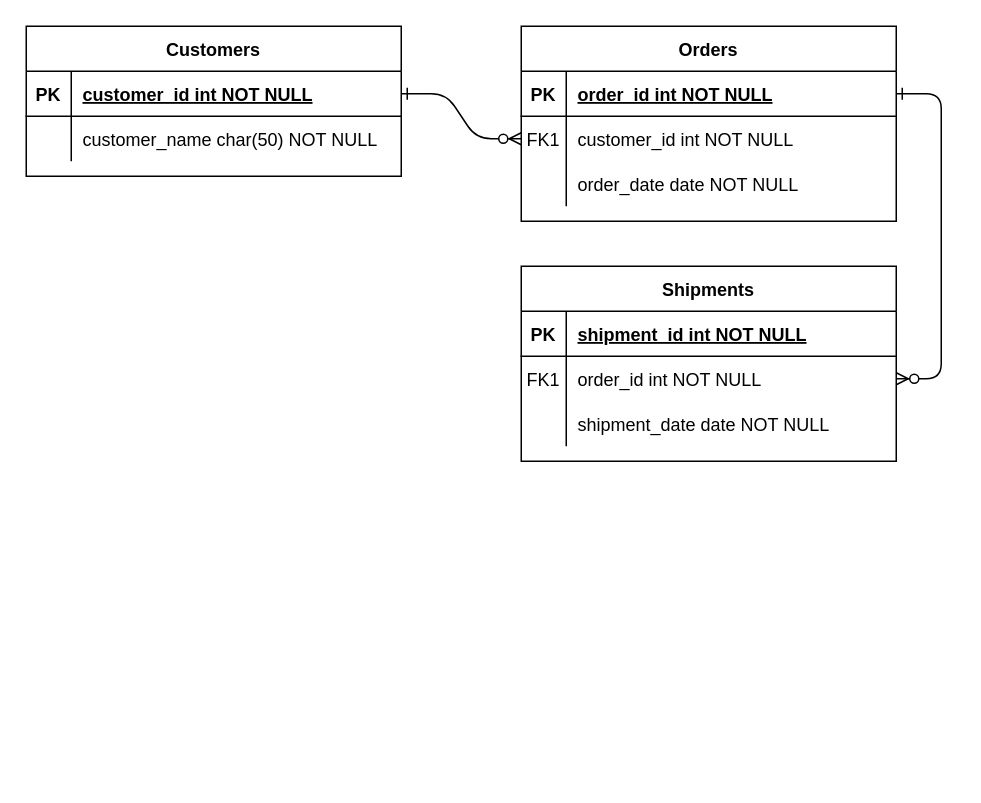
Before: relational_model.drawio in Deadreyo/Restaurant-Franchise-SQL-Database, a draw.io diagram. Source tidied: cells renumbered, new cells numbered last; positions are measured from the earlier drawing's top-left corner, leaving out a move shared by most shapes. Both pictures are drawn from the tidied source at 150%, with x=0, y=0 at pixel (26, 26).
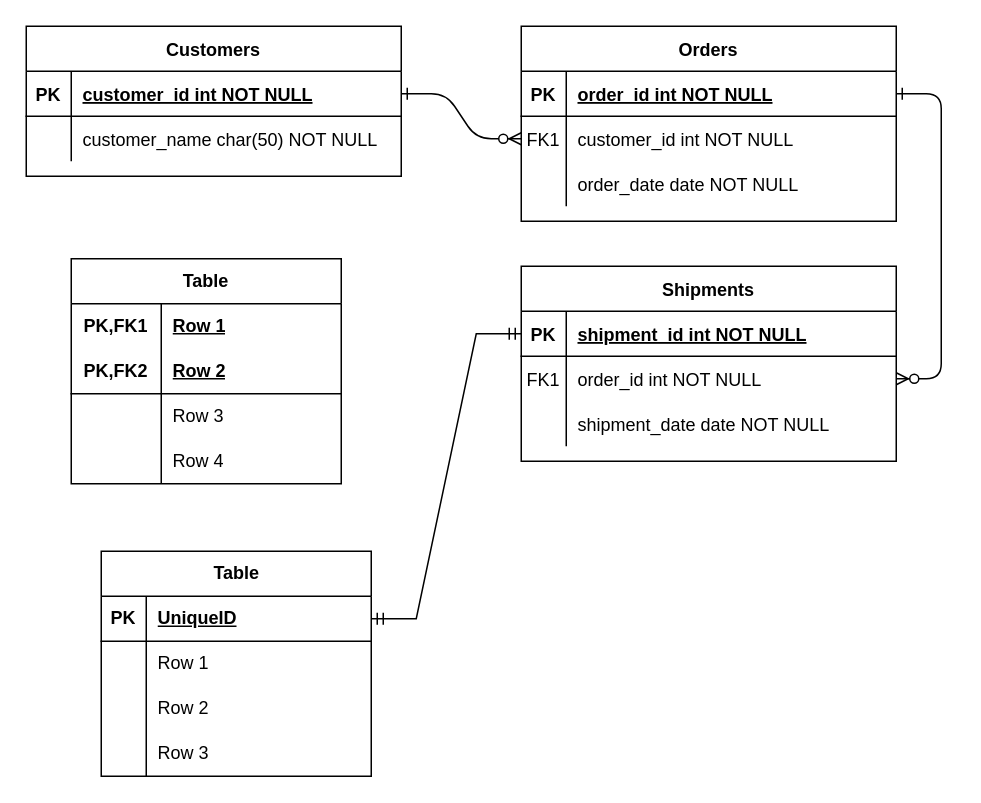
After the change.

Unchanged cells that the change refers to:
```xml
<mxCell id="15" style="shape=partialRectangle;fillColor=none;points=[[0,0.5],[1,0.5]];portConstraint=eastwest;top=0;left=0;right=0;bottom=1;" parent="14" vertex="1">
  <mxGeometry y="30" width="250" height="30" as="geometry" />
</mxCell>
```

What changed in the source:
```diff
@@
+    <mxCell id="31" value="Table" style="shape=table;startSize=30;childLayout=tableLayout;rowLines=0;fontStyle=1;align=center;html=1;whiteSpace=wrap;" parent="1" vertex="1">
+      <mxGeometry x="30" y="155" width="180" height="150" as="geometry" />
+    </mxCell>
+    <mxCell id="32" style="shape=tableRow;horizontal=0;startSize=0;swimlaneHead=0;swimlaneBody=0;fillColor=none;top=0;left=0;right=0;bottom=0;html=1;" parent="31" vertex="1">
+      <mxGeometry y="30" width="180" height="30" as="geometry" />
+    </mxCell>
+    <mxCell id="33" value="PK,FK1" style="shape=partialRectangle;fillColor=none;top=0;left=0;bottom=0;right=0;fontStyle=1;overflow=hidden;html=1;whiteSpace=wrap;" parent="32" vertex="1">
+      <mxGeometry width="60" height="30" as="geometry" />
+    </mxCell>
+    <mxCell id="34" value="Row 1" style="shape=partialRectangle;fillColor=none;top=0;left=0;bottom=0;right=0;align=left;spacingLeft=6;fontStyle=5;overflow=hidden;html=1;whiteSpace=wrap;" parent="32" vertex="1">
+      <mxGeometry x="60" width="120" height="30" as="geometry" />
+    </mxCell>
+    <mxCell id="35" style="shape=tableRow;horizontal=0;startSize=0;swimlaneHead=0;swimlaneBody=0;fillColor=none;top=0;left=0;right=0;bottom=1;html=1;" parent="31" vertex="1">
+      <mxGeometry y="60" width="180" height="30" as="geometry" />
+    </mxCell>
+    <mxCell id="36" value="PK,FK2" style="shape=partialRectangle;fillColor=none;top=0;left=0;bottom=0;right=0;fontStyle=1;overflow=hidden;html=1;whiteSpace=wrap;" parent="35" vertex="1">
+      <mxGeometry width="60" height="30" as="geometry" />
+    </mxCell>
+    <mxCell id="37" value="Row 2" style="shape=partialRectangle;fillColor=none;top=0;left=0;bottom=0;right=0;align=left;spacingLeft=6;fontStyle=5;overflow=hidden;html=1;whiteSpace=wrap;" parent="35" vertex="1">
+      <mxGeometry x="60" width="120" height="30" as="geometry" />
+    </mxCell>
+    <mxCell id="38" style="shape=tableRow;horizontal=0;startSize=0;swimlaneHead=0;swimlaneBody=0;fillColor=none;top=0;left=0;right=0;bottom=0;html=1;" parent="31" vertex="1">
+      <mxGeometry y="90" width="180" height="30" as="geometry" />
+    </mxCell>
+    <mxCell id="39" style="shape=partialRectangle;fillColor=none;top=0;left=0;bottom=0;right=0;overflow=hidden;html=1;whiteSpace=wrap;" parent="38" vertex="1">
+      <mxGeometry width="60" height="30" as="geometry" />
+    </mxCell>
+    <mxCell id="40" value="Row 3" style="shape=partialRectangle;fillColor=none;top=0;left=0;bottom=0;right=0;align=left;spacingLeft=6;overflow=hidden;html=1;whiteSpace=wrap;" parent="38" vertex="1">
+      <mxGeometry x="60" width="120" height="30" as="geometry" />
+    </mxCell>
+    <mxCell id="41" style="shape=tableRow;horizontal=0;startSize=0;swimlaneHead=0;swimlaneBody=0;fillColor=none;top=0;left=0;right=0;bottom=0;html=1;" parent="31" vertex="1">
+      <mxGeometry y="120" width="180" height="30" as="geometry" />
+    </mxCell>
+    <mxCell id="42" style="shape=partialRectangle;fillColor=none;top=0;left=0;bottom=0;right=0;overflow=hidden;html=1;whiteSpace=wrap;" parent="41" vertex="1">
+      <mxGeometry width="60" height="30" as="geometry" />
+    </mxCell>
+    <mxCell id="43" value="Row 4" style="shape=partialRectangle;fillColor=none;top=0;left=0;bottom=0;right=0;align=left;spacingLeft=6;overflow=hidden;html=1;whiteSpace=wrap;" parent="41" vertex="1">
+      <mxGeometry x="60" width="120" height="30" as="geometry" />
+    </mxCell>
+    <mxCell id="44" value="Table" style="shape=table;startSize=30;childLayout=tableLayout;rowLines=0;fontStyle=1;align=center;html=1;" parent="1" vertex="1">
+      <mxGeometry x="50" y="350" width="180" height="150" as="geometry" />
+    </mxCell>
+    <mxCell id="45" style="shape=tableRow;horizontal=0;startSize=0;swimlaneHead=0;swimlaneBody=0;fillColor=none;points=[[0,0.5],[1,0.5]];portConstraint=eastwest;top=0;left=0;right=0;bottom=1;" parent="44" vertex="1">
+      <mxGeometry y="30" width="180" height="30" as="geometry" />
+    </mxCell>
+    <mxCell id="46" value="PK" style="shape=partialRectangle;fillColor=none;top=0;left=0;bottom=0;right=0;fontStyle=1;overflow=hidden;whiteSpace=wrap;html=1;" parent="45" vertex="1">
+      <mxGeometry width="30" height="30" as="geometry" />
+    </mxCell>
+    <mxCell id="47" value="UniqueID" style="shape=partialRectangle;fillColor=none;top=0;left=0;bottom=0;right=0;align=left;spacingLeft=6;fontStyle=5;overflow=hidden;whiteSpace=wrap;html=1;" parent="45" vertex="1">
+      <mxGeometry x="30" width="150" height="30" as="geometry" />
+    </mxCell>
+    <mxCell id="48" style="shape=tableRow;horizontal=0;startSize=0;swimlaneHead=0;swimlaneBody=0;fillColor=none;top=0;left=0;right=0;bottom=0;" parent="44" vertex="1">
+      <mxGeometry y="60" width="180" height="30" as="geometry" />
+    </mxCell>
+    <mxCell id="49" style="shape=partialRectangle;fillColor=none;top=0;left=0;bottom=0;right=0;overflow=hidden;whiteSpace=wrap;html=1;" parent="48" vertex="1">
+      <mxGeometry width="30" height="30" as="geometry" />
+    </mxCell>
+    <mxCell id="50" value="Row 1" style="shape=partialRectangle;fillColor=none;top=0;left=0;bottom=0;right=0;align=left;spacingLeft=6;overflow=hidden;whiteSpace=wrap;html=1;" parent="48" vertex="1">
+      <mxGeometry x="30" width="150" height="30" as="geometry" />
+    </mxCell>
+    <mxCell id="51" style="shape=tableRow;horizontal=0;startSize=0;swimlaneHead=0;swimlaneBody=0;fillColor=none;top=0;left=0;right=0;bottom=0;" parent="44" vertex="1">
+      <mxGeometry y="90" width="180" height="30" as="geometry" />
+    </mxCell>
+    <mxCell id="52" style="shape=partialRectangle;fillColor=none;top=0;left=0;bottom=0;right=0;overflow=hidden;whiteSpace=wrap;html=1;" parent="51" vertex="1">
+      <mxGeometry width="30" height="30" as="geometry" />
+    </mxCell>
+    <mxCell id="53" value="Row 2" style="shape=partialRectangle;fillColor=none;top=0;left=0;bottom=0;right=0;align=left;spacingLeft=6;overflow=hidden;whiteSpace=wrap;html=1;" parent="51" vertex="1">
+      <mxGeometry x="30" width="150" height="30" as="geometry" />
+    </mxCell>
+    <mxCell id="54" style="shape=tableRow;horizontal=0;startSize=0;swimlaneHead=0;swimlaneBody=0;fillColor=none;top=0;left=0;right=0;bottom=0;" parent="44" vertex="1">
+      <mxGeometry y="120" width="180" height="30" as="geometry" />
+    </mxCell>
+    <mxCell id="55" style="shape=partialRectangle;fillColor=none;top=0;left=0;bottom=0;right=0;overflow=hidden;whiteSpace=wrap;html=1;" parent="54" vertex="1">
+      <mxGeometry width="30" height="30" as="geometry" />
+    </mxCell>
+    <mxCell id="56" value="Row 3" style="shape=partialRectangle;fillColor=none;top=0;left=0;bottom=0;right=0;align=left;spacingLeft=6;overflow=hidden;whiteSpace=wrap;html=1;" parent="54" vertex="1">
+      <mxGeometry x="30" width="150" height="30" as="geometry" />
+    </mxCell>
+    <mxCell id="57" style="edgeStyle=entityRelationEdgeStyle;fontSize=12;html=1;endArrow=ERmandOne;startArrow=ERmandOne;rounded=0;exitX=1;exitY=0.5;exitDx=0;exitDy=0;" parent="1" edge="1" source="45" target="15">
+      <mxGeometry relative="1" as="geometry" />
+    </mxCell>
```
